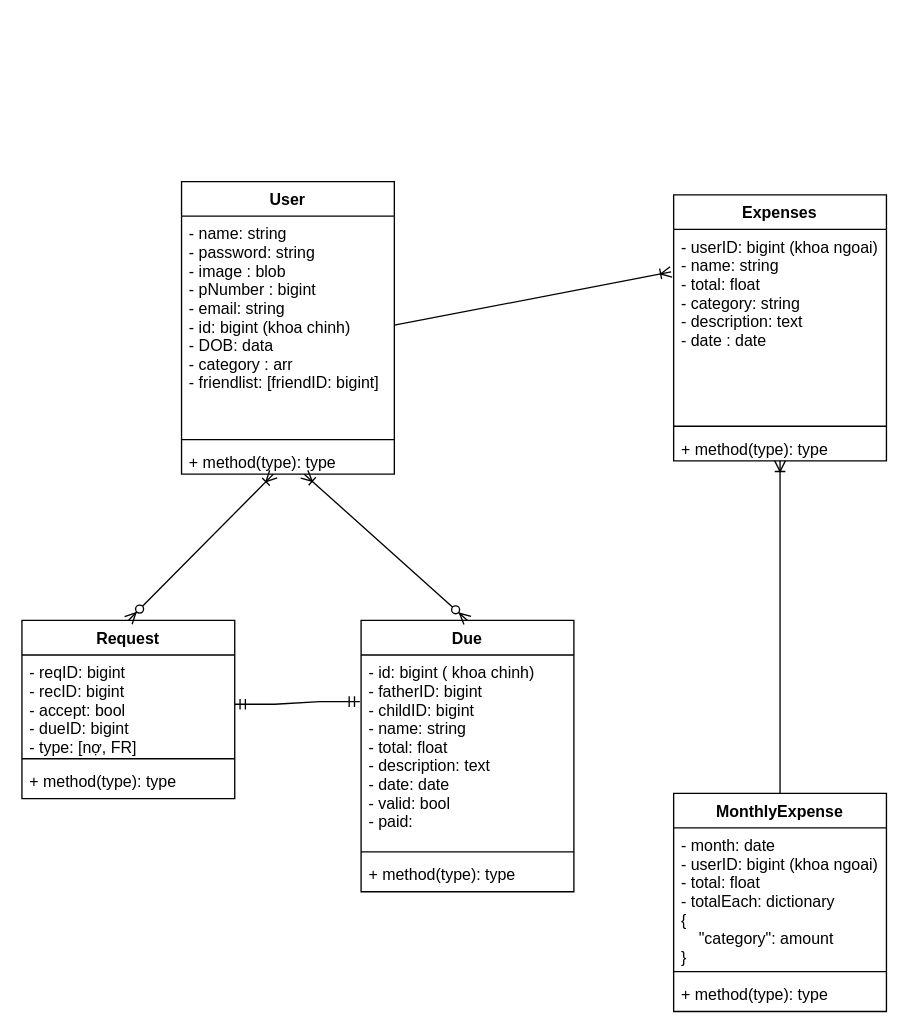
The draw.io diagram Diagrams/ClassDiagram.drawio in doxkhai/Visno, before the edit. Source tidied: cells renumbered, new cells numbered last; positions are measured from the earlier drawing's top-left corner, leaving out a move shared by most shapes. Both pictures are drawn from the tidied source at 133%, with x=0, y=0 at pixel (21, 181).
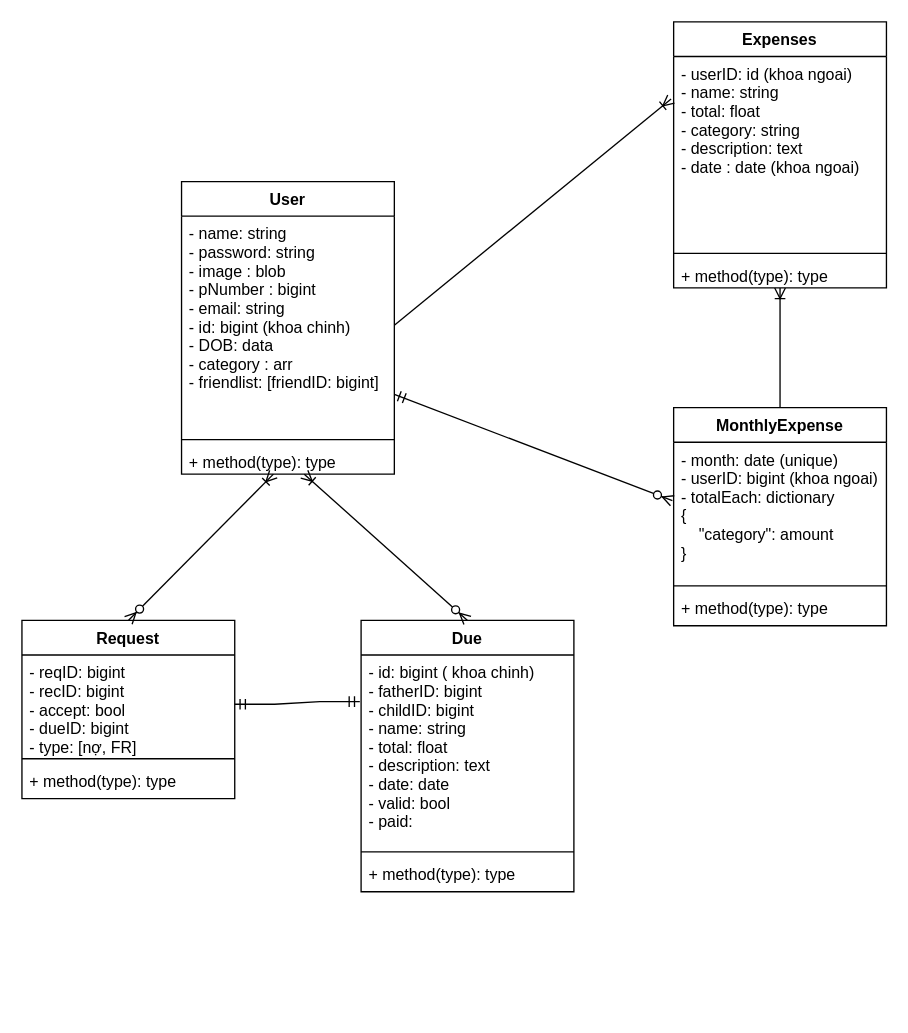
The same page after the edit.

The change refers to these unchanged cells:
```xml
<mxCell id="3" value="- name: string&#10;- password: string&#10;- image : blob&#10;- pNumber : bigint&#10;- email: string&#10;- id: bigint (khoa chinh)&#10;- DOB: data&#10;- category : arr&#10;- friendlist: [friendID: bigint]" style="text;strokeColor=none;fillColor=none;align=left;verticalAlign=top;spacingLeft=4;spacingRight=4;overflow=hidden;points=[[0,0.5],[1,0.5]];portConstraint=eastwest;" parent="2" vertex="1">
  <mxGeometry y="26" width="160" height="164" as="geometry" />
</mxCell>
```

The edit, as a diff of the source:
```diff
@@
     <mxCell id="6" value="Expenses" style="swimlane;fontStyle=1;align=center;verticalAlign=top;horizontal=1;startSize=26;" parent="1" vertex="1">
-      <mxGeometry x="490" y="10" width="160" height="200" as="geometry" />
+      <mxGeometry x="490" y="-120" width="160" height="200" as="geometry" />
     </mxCell>
-    <mxCell id="7" value="- userID: bigint (khoa ngoai)&#10;- name: string&#10;- total: float&#10;- category: string&#10;- description: text&#10;- date : date" style="text;strokeColor=none;fillColor=none;align=left;verticalAlign=top;spacingLeft=4;spacingRight=4;overflow=hidden;points=[[0,0.5],[1,0.5]];portConstraint=eastwest;" parent="6" vertex="1">
+    <mxCell id="7" value="- userID: id (khoa ngoai)&#10;- name: string&#10;- total: float&#10;- category: string&#10;- description: text&#10;- date : date (khoa ngoai)" style="text;strokeColor=none;fillColor=none;align=left;verticalAlign=top;spacingLeft=4;spacingRight=4;overflow=hidden;points=[[0,0.5],[1,0.5]];portConstraint=eastwest;" parent="6" vertex="1">
       <mxGeometry y="26" width="160" height="144" as="geometry" />
     </mxCell>
@@
     <mxCell id="11" value="MonthlyExpense" style="swimlane;fontStyle=1;align=center;verticalAlign=top;horizontal=1;startSize=26;" parent="1" vertex="1">
-      <mxGeometry x="490" y="460" width="160" height="164" as="geometry" />
+      <mxGeometry x="490" y="170" width="160" height="164" as="geometry" />
     </mxCell>
-    <mxCell id="12" value="- month: date&#10;- userID: bigint (khoa ngoai)&#10;- total: float&#10;- totalEach: dictionary&#10;{&#10;    &quot;category&quot;: amount&#10;}" style="text;strokeColor=none;fillColor=none;align=left;verticalAlign=top;spacingLeft=4;spacingRight=4;overflow=hidden;points=[[0,0.5],[1,0.5]];portConstraint=eastwest;" parent="11" vertex="1">
+    <mxCell id="12" value="- month: date (unique)&#10;- userID: bigint (khoa ngoai)&#10;- totalEach: dictionary&#10;{&#10;    &quot;category&quot;: amount&#10;}" style="text;strokeColor=none;fillColor=none;align=left;verticalAlign=top;spacingLeft=4;spacingRight=4;overflow=hidden;points=[[0,0.5],[1,0.5]];portConstraint=eastwest;" parent="11" vertex="1">
       <mxGeometry y="26" width="160" height="104" as="geometry" />
     </mxCell>
@@
+    <mxCell id="27" style="fontSize=12;html=1;endArrow=ERzeroToMany;startArrow=ERmandOne;rounded=0;exitX=1;exitY=0.817;exitDx=0;exitDy=0;exitPerimeter=0;entryX=-0.006;entryY=0.423;entryDx=0;entryDy=0;entryPerimeter=0;" parent="1" edge="1" source="3" target="12">
+      <mxGeometry relative="1" as="geometry" />
+    </mxCell>
```
